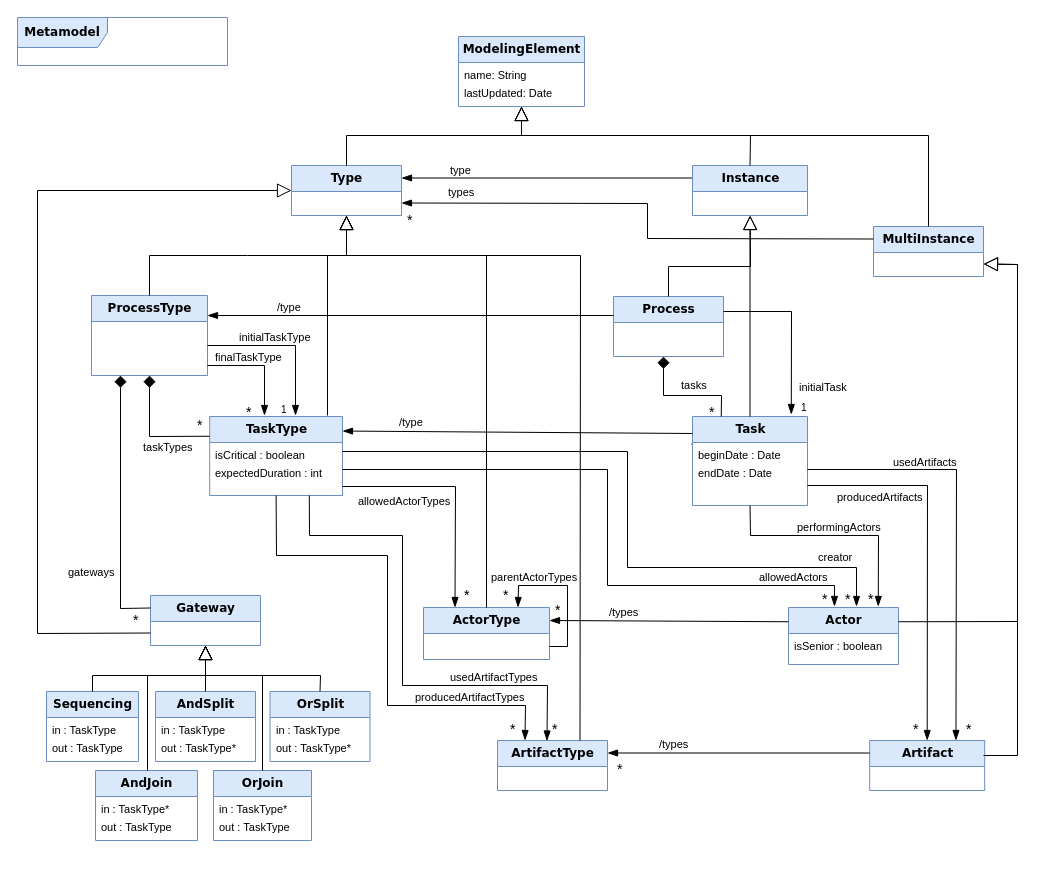
labsticc-p4s/multi-process-challenge keeps this draw.io diagram as Figures/Metamodel.drawio. Above is the earlier version. Source tidied: cells renumbered, new cells numbered last; positions are measured from the earlier drawing's top-left corner, leaving out a move shared by most shapes. Both pictures are drawn from the tidied source at 100%, with x=0, y=0 at pixel (17, 17).
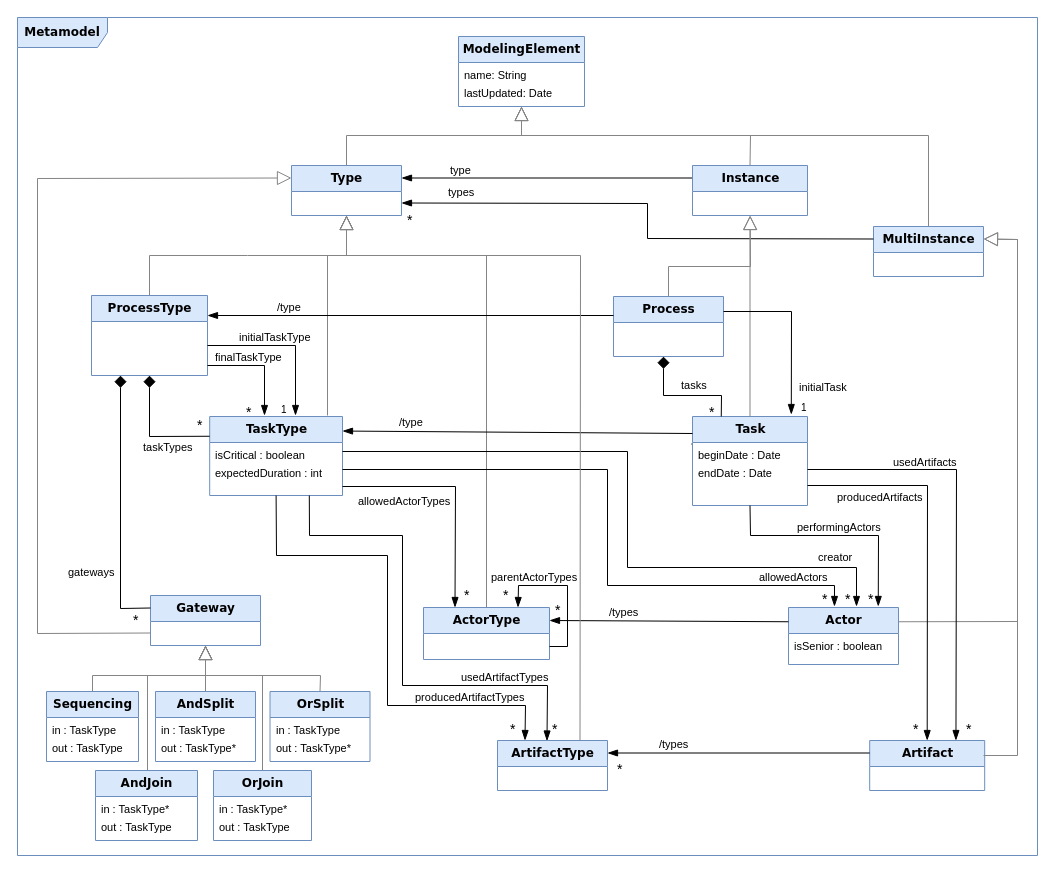
The same diagram, later.

The change refers to these unchanged cells:
```xml
<mxCell id="12" value="&lt;font style=&quot;font-size: 12px&quot;&gt;&lt;b&gt;ModelingElement&lt;/b&gt;&lt;/font&gt;" style="swimlane;html=1;fontStyle=0;horizontal=1;startSize=26;fillColor=#dae8fc;swimlaneFillColor=#ffffff;rounded=0;shadow=0;comic=0;labelBackgroundColor=none;strokeWidth=1;fontFamily=Verdana;fontSize=10;align=center;strokeColor=#6c8ebf;" parent="1" vertex="1">
  <mxGeometry x="441" y="19" width="126" height="70" as="geometry" />
</mxCell>
<mxCell id="15" value="&lt;font style=&quot;font-size: 12px&quot;&gt;&lt;b&gt;Type&lt;/b&gt;&lt;/font&gt;" style="swimlane;html=1;fontStyle=0;horizontal=1;startSize=26;fillColor=#dae8fc;swimlaneFillColor=#ffffff;rounded=0;shadow=0;comic=0;labelBackgroundColor=none;strokeWidth=1;fontFamily=Verdana;fontSize=10;align=center;strokeColor=#6c8ebf;" parent="1" vertex="1">
  <mxGeometry x="274" y="148" width="110" height="50" as="geometry" />
</mxCell>
<mxCell id="17" value="&lt;font style=&quot;font-size: 12px&quot;&gt;&lt;b&gt;Instance&lt;/b&gt;&lt;/font&gt;" style="swimlane;html=1;fontStyle=0;horizontal=1;startSize=26;fillColor=#dae8fc;swimlaneFillColor=#ffffff;rounded=0;shadow=0;comic=0;labelBackgroundColor=none;strokeWidth=1;fontFamily=Verdana;fontSize=10;align=center;strokeColor=#6c8ebf;" parent="1" vertex="1">
  <mxGeometry x="675" y="148" width="115" height="50" as="geometry" />
</mxCell>
<mxCell id="18" value="&lt;div style=&quot;font-size: 12px&quot;&gt;&lt;font style=&quot;font-size: 12px&quot;&gt;&lt;b&gt;MultiInstance&lt;/b&gt;&lt;/font&gt;&lt;/div&gt;" style="swimlane;html=1;fontStyle=0;horizontal=1;startSize=26;fillColor=#dae8fc;swimlaneFillColor=#ffffff;rounded=0;shadow=0;comic=0;labelBackgroundColor=none;strokeWidth=1;fontFamily=Verdana;fontSize=10;align=center;strokeColor=#6c8ebf;" parent="1" vertex="1">
  <mxGeometry x="856" y="209" width="110" height="50" as="geometry" />
</mxCell>
<mxCell id="25" value="&lt;font style=&quot;font-size: 12px&quot;&gt;&lt;b&gt;ProcessType&lt;/b&gt;&lt;/font&gt;" style="swimlane;html=1;fontStyle=0;horizontal=1;startSize=26;fillColor=#dae8fc;swimlaneFillColor=#ffffff;rounded=0;shadow=0;comic=0;labelBackgroundColor=none;strokeWidth=1;fontFamily=Verdana;fontSize=10;align=center;strokeColor=#6c8ebf;" parent="1" vertex="1">
  <mxGeometry x="74" y="278" width="116" height="80" as="geometry" />
</mxCell>
<mxCell id="31" value="&lt;font style=&quot;font-size: 12px&quot;&gt;&lt;b&gt;Gateway&lt;/b&gt;&lt;/font&gt;" style="swimlane;html=1;fontStyle=0;horizontal=1;startSize=26;fillColor=#dae8fc;swimlaneFillColor=#ffffff;rounded=0;shadow=0;comic=0;labelBackgroundColor=none;strokeWidth=1;fontFamily=Verdana;fontSize=10;align=center;strokeColor=#6c8ebf;" parent="1" vertex="1">
  <mxGeometry x="133" y="578" width="110" height="50" as="geometry" />
</mxCell>
<mxCell id="33" value="&lt;font style=&quot;font-size: 12px&quot;&gt;&lt;b&gt;ActorType&lt;/b&gt;&lt;/font&gt;" style="swimlane;html=1;fontStyle=0;horizontal=1;startSize=26;fillColor=#dae8fc;swimlaneFillColor=#ffffff;rounded=0;shadow=0;comic=0;labelBackgroundColor=none;strokeWidth=1;fontFamily=Verdana;fontSize=10;align=center;strokeColor=#6c8ebf;" parent="1" vertex="1">
  <mxGeometry x="406" y="590" width="126" height="52" as="geometry" />
</mxCell>
<mxCell id="35" value="&lt;div style=&quot;font-size: 12px&quot;&gt;&lt;font style=&quot;font-size: 12px&quot;&gt;&lt;b&gt;ArtifactType&lt;/b&gt;&lt;/font&gt;&lt;/div&gt;" style="swimlane;html=1;fontStyle=0;horizontal=1;startSize=26;fillColor=#dae8fc;swimlaneFillColor=#ffffff;rounded=0;shadow=0;comic=0;labelBackgroundColor=none;strokeWidth=1;fontFamily=Verdana;fontSize=10;align=center;strokeColor=#6c8ebf;" parent="1" vertex="1">
  <mxGeometry x="480" y="723" width="110" height="50" as="geometry" />
</mxCell>
<mxCell id="40" value="&lt;font style=&quot;font-size: 12px&quot;&gt;&lt;b&gt;Process&lt;/b&gt;&lt;/font&gt;" style="swimlane;html=1;fontStyle=0;horizontal=1;startSize=26;fillColor=#dae8fc;swimlaneFillColor=#ffffff;rounded=0;shadow=0;comic=0;labelBackgroundColor=none;strokeWidth=1;fontFamily=Verdana;fontSize=10;align=center;strokeColor=#6c8ebf;" parent="1" vertex="1">
  <mxGeometry x="596" y="279" width="110" height="60" as="geometry" />
</mxCell>
<mxCell id="43" value="&lt;font style=&quot;font-size: 12px&quot;&gt;&lt;b&gt;Task&lt;/b&gt;&lt;/font&gt;" style="swimlane;html=1;fontStyle=0;horizontal=1;startSize=26;fillColor=#dae8fc;swimlaneFillColor=#ffffff;rounded=0;shadow=0;comic=0;labelBackgroundColor=none;strokeWidth=1;fontFamily=Verdana;fontSize=10;align=center;strokeColor=#6c8ebf;" parent="1" vertex="1">
  <mxGeometry x="675" y="399" width="115" height="89" as="geometry" />
</mxCell>
<mxCell id="50" value="&lt;font style=&quot;font-size: 12px&quot;&gt;&lt;b&gt;Actor&lt;/b&gt;&lt;/font&gt;" style="swimlane;html=1;fontStyle=0;horizontal=1;startSize=26;fillColor=#dae8fc;swimlaneFillColor=#ffffff;rounded=0;shadow=0;comic=0;labelBackgroundColor=none;strokeWidth=1;fontFamily=Verdana;fontSize=10;align=center;strokeColor=#6c8ebf;" parent="1" vertex="1">
  <mxGeometry x="771" y="590" width="110" height="57" as="geometry" />
</mxCell>
<mxCell id="61" value="&lt;font style=&quot;font-size: 12px&quot;&gt;&lt;b&gt;Sequencing&lt;/b&gt;&lt;/font&gt;" style="swimlane;html=1;fontStyle=0;horizontal=1;startSize=26;fillColor=#dae8fc;swimlaneFillColor=#ffffff;rounded=0;shadow=0;comic=0;labelBackgroundColor=none;strokeWidth=1;fontFamily=Verdana;fontSize=10;align=center;strokeColor=#6c8ebf;" parent="1" vertex="1">
  <mxGeometry x="29" y="674" width="92" height="70" as="geometry" />
</mxCell>
<mxCell id="64" value="&lt;font style=&quot;font-size: 12px&quot;&gt;&lt;b&gt;AndSplit&lt;/b&gt;&lt;/font&gt;" style="swimlane;html=1;fontStyle=0;horizontal=1;startSize=26;fillColor=#dae8fc;swimlaneFillColor=#ffffff;rounded=0;shadow=0;comic=0;labelBackgroundColor=none;strokeWidth=1;fontFamily=Verdana;fontSize=10;align=center;strokeColor=#6c8ebf;" parent="1" vertex="1">
  <mxGeometry x="138" y="674" width="100" height="70" as="geometry" />
</mxCell>
<mxCell id="67" value="&lt;font style=&quot;font-size: 12px&quot;&gt;&lt;b&gt;OrSplit&lt;/b&gt;&lt;/font&gt;" style="swimlane;html=1;fontStyle=0;horizontal=1;startSize=26;fillColor=#dae8fc;swimlaneFillColor=#ffffff;rounded=0;shadow=0;comic=0;labelBackgroundColor=none;strokeWidth=1;fontFamily=Verdana;fontSize=10;align=center;strokeColor=#6c8ebf;" parent="1" vertex="1">
  <mxGeometry x="252.5" y="674" width="100" height="70" as="geometry" />
</mxCell>
<mxCell id="73" value="&lt;font style=&quot;font-size: 12px&quot;&gt;&lt;b&gt;OrJoin&lt;/b&gt;&lt;/font&gt;" style="swimlane;html=1;fontStyle=0;horizontal=1;startSize=26;fillColor=#dae8fc;swimlaneFillColor=#ffffff;rounded=0;shadow=0;comic=0;labelBackgroundColor=none;strokeWidth=1;fontFamily=Verdana;fontSize=10;align=center;strokeColor=#6c8ebf;" parent="1" vertex="1">
  <mxGeometry x="196" y="753" width="98" height="70" as="geometry" />
</mxCell>
```

Change to the diagram source:
```diff
@@
     <mxCell id="2" value="&lt;b&gt;&lt;font style=&quot;font-size: 12px&quot;&gt;Metamodel&lt;/font&gt;&lt;/b&gt;" style="shape=umlFrame;whiteSpace=wrap;html=1;rounded=0;shadow=0;comic=0;labelBackgroundColor=none;strokeWidth=1;fontFamily=Verdana;fontSize=10;align=center;width=90;height=30;fillColor=#dae8fc;strokeColor=#6c8ebf;" parent="1" vertex="1">
-      <mxGeometry width="210" height="48" as="geometry" />
+      <mxGeometry width="1020" height="838" as="geometry" />
     </mxCell>
@@
-    <mxCell id="19" style="endArrow=block;endSize=12;endFill=0;html=1;exitX=0.5;exitY=0;exitDx=0;exitDy=0;rounded=0;" parent="1" edge="1" source="15" target="12">
+    <mxCell id="19" style="endArrow=block;endSize=12;endFill=0;html=1;exitX=0.5;exitY=0;exitDx=0;exitDy=0;rounded=0;strokeColor=#858585;" parent="1" edge="1" source="15" target="12">
       <mxGeometry relative="1" as="geometry">
         <Array as="points">
           <mxPoint x="329" y="118" />
           <mxPoint x="504" y="118" />
         </Array>
       </mxGeometry>
     </mxCell>
-    <mxCell id="20" style="endArrow=block;endSize=12;endFill=0;html=1;exitX=0.5;exitY=0;exitDx=0;exitDy=0;rounded=0;" parent="1" edge="1" source="17" target="12">
+    <mxCell id="20" style="endArrow=block;endSize=12;endFill=0;html=1;exitX=0.5;exitY=0;exitDx=0;exitDy=0;rounded=0;strokeColor=#858585;" parent="1" edge="1" source="17" target="12">
       <mxGeometry relative="1" as="geometry">
         <Array as="points">
           <mxPoint x="733" y="118" />
           <mxPoint x="504" y="118" />
         </Array>
       </mxGeometry>
     </mxCell>
-    <mxCell id="21" style="endArrow=block;endSize=12;endFill=0;html=1;rounded=0;" parent="1" edge="1" source="18" target="12">
+    <mxCell id="21" style="endArrow=block;endSize=12;endFill=0;html=1;rounded=0;strokeColor=#858585;" parent="1" edge="1" source="18" target="12">
       <mxGeometry relative="1" as="geometry">
         <Array as="points">
           <mxPoint x="911" y="118" />
           <mxPoint x="504" y="118" />
         </Array>
       </mxGeometry>
     </mxCell>
@@
-    <mxCell id="26" style="endArrow=block;endSize=12;endFill=0;html=1;rounded=0;exitX=0.5;exitY=0;exitDx=0;exitDy=0;" parent="1" edge="1" source="25" target="15">
+    <mxCell id="26" style="endArrow=block;endSize=12;endFill=0;html=1;rounded=0;exitX=0.5;exitY=0;exitDx=0;exitDy=0;strokeColor=#858585;" parent="1" edge="1" source="25" target="15">
       <mxGeometry relative="1" as="geometry">
         <Array as="points">
           <mxPoint x="132" y="238" />
           <mxPoint x="230" y="238" />
           <mxPoint x="329" y="238" />
         </Array>
       </mxGeometry>
     </mxCell>
@@
-    <mxCell id="30" style="endArrow=block;endSize=12;endFill=0;html=1;rounded=0;" parent="1" edge="1" target="15">
+    <mxCell id="30" style="endArrow=block;endSize=12;endFill=0;html=1;rounded=0;strokeColor=#858585;" parent="1" edge="1" target="15">
       <mxGeometry relative="1" as="geometry">
         <mxPoint x="310" y="398" as="sourcePoint" />
         <Array as="points">
           <mxPoint x="310" y="238" />
           <mxPoint x="329" y="238" />
         </Array>
       </mxGeometry>
     </mxCell>
@@
-    <mxCell id="32" style="endArrow=block;endSize=12;endFill=0;html=1;rounded=0;exitX=0;exitY=0.75;exitDx=0;exitDy=0;" parent="1" edge="1" source="31" target="15">
+    <mxCell id="32" style="endArrow=block;endSize=12;endFill=0;html=1;rounded=0;exitX=0;exitY=0.75;exitDx=0;exitDy=0;strokeColor=#858585;entryX=0;entryY=0.25;entryDx=0;entryDy=0;" parent="1" edge="1" source="31" target="15">
       <mxGeometry relative="1" as="geometry">
         <Array as="points">
           <mxPoint x="20" y="616" />
-          <mxPoint x="20" y="173" />
+          <mxPoint x="20" y="161" />
         </Array>
       </mxGeometry>
     </mxCell>
@@
-    <mxCell id="36" style="endArrow=block;endSize=12;endFill=0;html=1;rounded=0;exitX=0.5;exitY=0;exitDx=0;exitDy=0;" parent="1" edge="1" source="33" target="15">
+    <mxCell id="36" style="endArrow=block;endSize=12;endFill=0;html=1;rounded=0;exitX=0.5;exitY=0;exitDx=0;exitDy=0;strokeColor=#858585;" parent="1" edge="1" source="33" target="15">
       <mxGeometry relative="1" as="geometry">
         <Array as="points">
           <mxPoint x="469" y="238" />
           <mxPoint x="329" y="238" />
         </Array>
       </mxGeometry>
     </mxCell>
@@
-    <mxCell id="57" style="endArrow=block;endSize=12;endFill=0;html=1;rounded=0;exitX=0.5;exitY=0;exitDx=0;exitDy=0;" parent="1" edge="1" source="40" target="17">
+    <mxCell id="57" style="endArrow=block;endSize=12;endFill=0;html=1;rounded=0;exitX=0.5;exitY=0;exitDx=0;exitDy=0;strokeColor=#858585;" parent="1" edge="1" source="40" target="17">
       <mxGeometry relative="1" as="geometry">
         <Array as="points">
           <mxPoint x="651" y="249" />
           <mxPoint x="733" y="249" />
         </Array>
       </mxGeometry>
     </mxCell>
-    <mxCell id="58" style="endArrow=block;endSize=12;endFill=0;html=1;rounded=0;" parent="1" edge="1" source="43" target="17">
+    <mxCell id="58" style="endArrow=block;endSize=12;endFill=0;html=1;rounded=0;strokeColor=#858585;" parent="1" edge="1" source="43" target="17">
       <mxGeometry relative="1" as="geometry" />
     </mxCell>
-    <mxCell id="59" style="endArrow=block;endSize=12;endFill=0;html=1;rounded=0;exitX=1;exitY=0.25;exitDx=0;exitDy=0;entryX=1;entryY=0.75;entryDx=0;entryDy=0;" parent="1" edge="1" source="50" target="18">
+    <mxCell id="59" style="endArrow=block;endSize=12;endFill=0;html=1;rounded=0;exitX=1;exitY=0.25;exitDx=0;exitDy=0;entryX=1;entryY=0.25;entryDx=0;entryDy=0;strokeColor=#858585;" parent="1" edge="1" source="50" target="18">
       <mxGeometry relative="1" as="geometry">
         <Array as="points">
           <mxPoint x="1000" y="604" />
-          <mxPoint x="1000" y="247" />
+          <mxPoint x="1000" y="222" />
         </Array>
       </mxGeometry>
     </mxCell>
-    <mxCell id="60" style="endArrow=block;endSize=12;endFill=0;html=1;rounded=0;entryX=1;entryY=0.75;entryDx=0;entryDy=0;" parent="1" edge="1" target="18">
+    <mxCell id="60" style="endArrow=block;endSize=12;endFill=0;html=1;rounded=0;entryX=1;entryY=0.25;entryDx=0;entryDy=0;strokeColor=#858585;" parent="1" edge="1" target="18">
       <mxGeometry relative="1" as="geometry">
         <mxPoint x="966" y="738" as="sourcePoint" />
         <Array as="points">
           <mxPoint x="1000" y="738" />
-          <mxPoint x="1000" y="247" />
+          <mxPoint x="1000" y="222" />
         </Array>
       </mxGeometry>
     </mxCell>
@@
-    <mxCell id="76" style="endArrow=block;endSize=12;endFill=0;html=1;rounded=0;exitX=0.5;exitY=0;exitDx=0;exitDy=0;entryX=0.5;entryY=1;entryDx=0;entryDy=0;" parent="1" edge="1" source="61" target="31">
+    <mxCell id="76" style="endArrow=block;endSize=12;endFill=0;html=1;rounded=0;exitX=0.5;exitY=0;exitDx=0;exitDy=0;entryX=0.5;entryY=1;entryDx=0;entryDy=0;strokeColor=#858585;" parent="1" edge="1" source="61" target="31">
       <mxGeometry relative="1" as="geometry">
         <Array as="points">
           <mxPoint x="75" y="658" />
           <mxPoint x="188" y="658" />
         </Array>
       </mxGeometry>
     </mxCell>
-    <mxCell id="77" style="endArrow=block;endSize=12;endFill=0;html=1;rounded=0;entryX=0.5;entryY=1;entryDx=0;entryDy=0;" parent="1" edge="1" source="64" target="31">
+    <mxCell id="77" style="endArrow=block;endSize=12;endFill=0;html=1;rounded=0;entryX=0.5;entryY=1;entryDx=0;entryDy=0;strokeColor=#858585;" parent="1" edge="1" source="64" target="31">
       <mxGeometry relative="1" as="geometry" />
     </mxCell>
-    <mxCell id="78" style="endArrow=block;endSize=12;endFill=0;html=1;rounded=0;exitX=0.5;exitY=0;exitDx=0;exitDy=0;entryX=0.5;entryY=1;entryDx=0;entryDy=0;" parent="1" edge="1" source="67" target="31">
+    <mxCell id="78" style="endArrow=block;endSize=12;endFill=0;html=1;rounded=0;exitX=0.5;exitY=0;exitDx=0;exitDy=0;entryX=0.5;entryY=1;entryDx=0;entryDy=0;strokeColor=#858585;" parent="1" edge="1" source="67" target="31">
       <mxGeometry relative="1" as="geometry">
         <Array as="points">
           <mxPoint x="303" y="658" />
           <mxPoint x="188" y="658" />
         </Array>
       </mxGeometry>
     </mxCell>
-    <mxCell id="79" style="endArrow=block;endSize=12;endFill=0;html=1;rounded=0;entryX=0.5;entryY=1;entryDx=0;entryDy=0;" parent="1" edge="1" target="31">
+    <mxCell id="79" style="endArrow=block;endSize=12;endFill=0;html=1;rounded=0;entryX=0.5;entryY=1;entryDx=0;entryDy=0;strokeColor=#858585;" parent="1" edge="1" target="31">
       <mxGeometry relative="1" as="geometry">
         <mxPoint x="130" y="753" as="sourcePoint" />
         <Array as="points">
           <mxPoint x="130" y="658" />
           <mxPoint x="188" y="658" />
         </Array>
       </mxGeometry>
     </mxCell>
-    <mxCell id="80" style="endArrow=block;endSize=12;endFill=0;html=1;rounded=0;exitX=0.5;exitY=0;exitDx=0;exitDy=0;" parent="1" edge="1" source="73">
+    <mxCell id="80" style="endArrow=block;endSize=12;endFill=0;html=1;rounded=0;exitX=0.5;exitY=0;exitDx=0;exitDy=0;strokeColor=#858585;" parent="1" edge="1" source="73">
       <mxGeometry relative="1" as="geometry">
         <mxPoint x="188" y="628" as="targetPoint" />
         <Array as="points">
           <mxPoint x="245" y="658" />
           <mxPoint x="188" y="658" />
         </Array>
       </mxGeometry>
     </mxCell>
@@
     <mxCell id="107" value="usedArtifactTypes" style="edgeLabel;html=1;align=left;verticalAlign=bottom;" parent="1" vertex="1">
-      <mxGeometry x="431" y="668" as="geometry" />
+      <mxGeometry x="442" y="668" as="geometry" />
     </mxCell>
@@
-    <mxCell id="114" style="endArrow=block;endSize=12;endFill=0;html=1;rounded=0;exitX=0.75;exitY=0;exitDx=0;exitDy=0;entryX=0.5;entryY=1;entryDx=0;entryDy=0;" parent="1" edge="1" source="35" target="15">
+    <mxCell id="114" style="endArrow=block;endSize=12;endFill=0;html=1;rounded=0;exitX=0.75;exitY=0;exitDx=0;exitDy=0;entryX=0.5;entryY=1;entryDx=0;entryDy=0;strokeColor=#858585;" parent="1" edge="1" source="35" target="15">
       <mxGeometry relative="1" as="geometry">
         <Array as="points">
           <mxPoint x="563" y="238" />
           <mxPoint x="329" y="238" />
         </Array>
       </mxGeometry>
     </mxCell>
```
